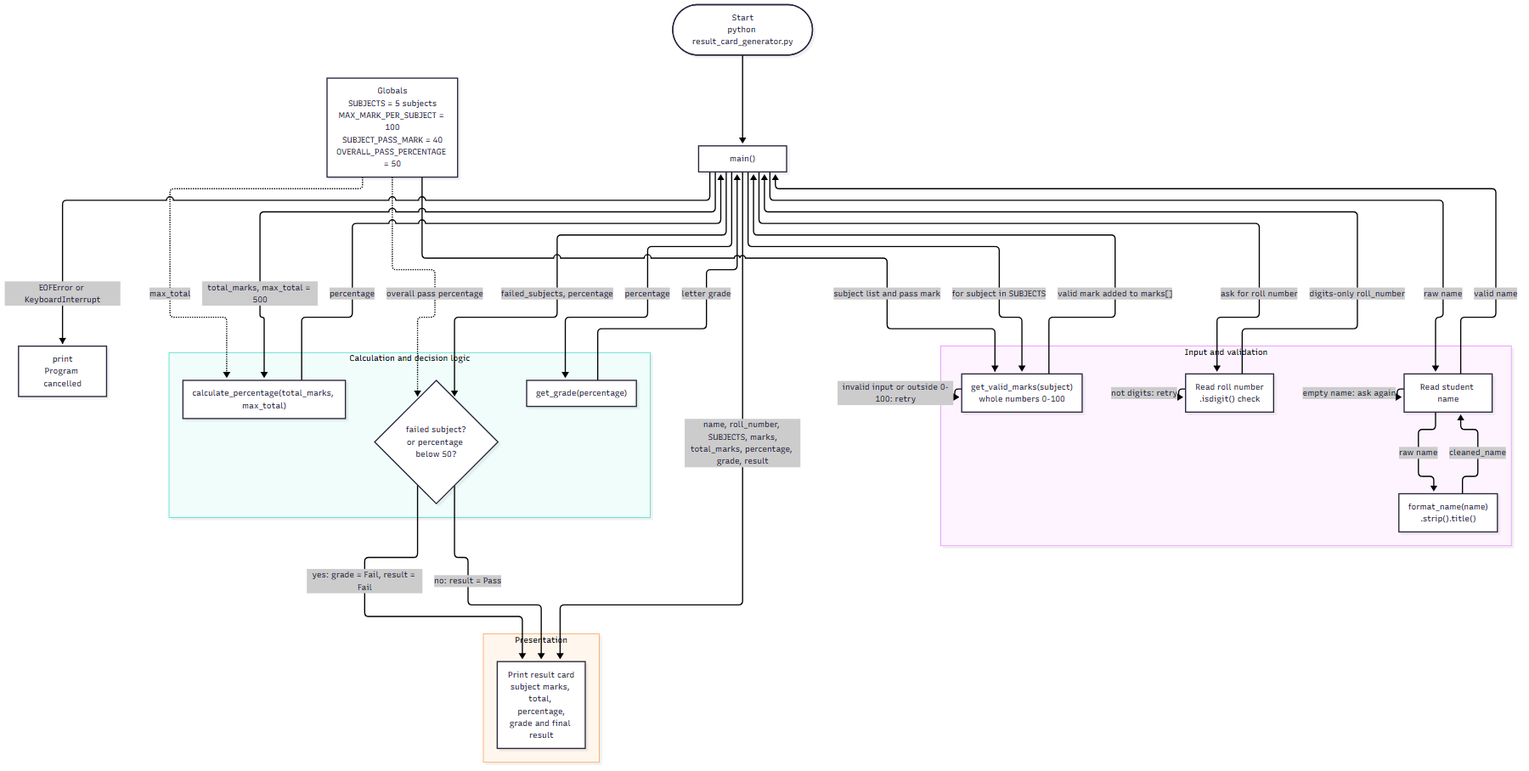
Before: diagrams/result_card_generator.png, a diagram exported from Mermaid (abdulraffay54/python-functions-lists-assesment). Its source is kept beside it as diagrams/result_card_generator.mmd.
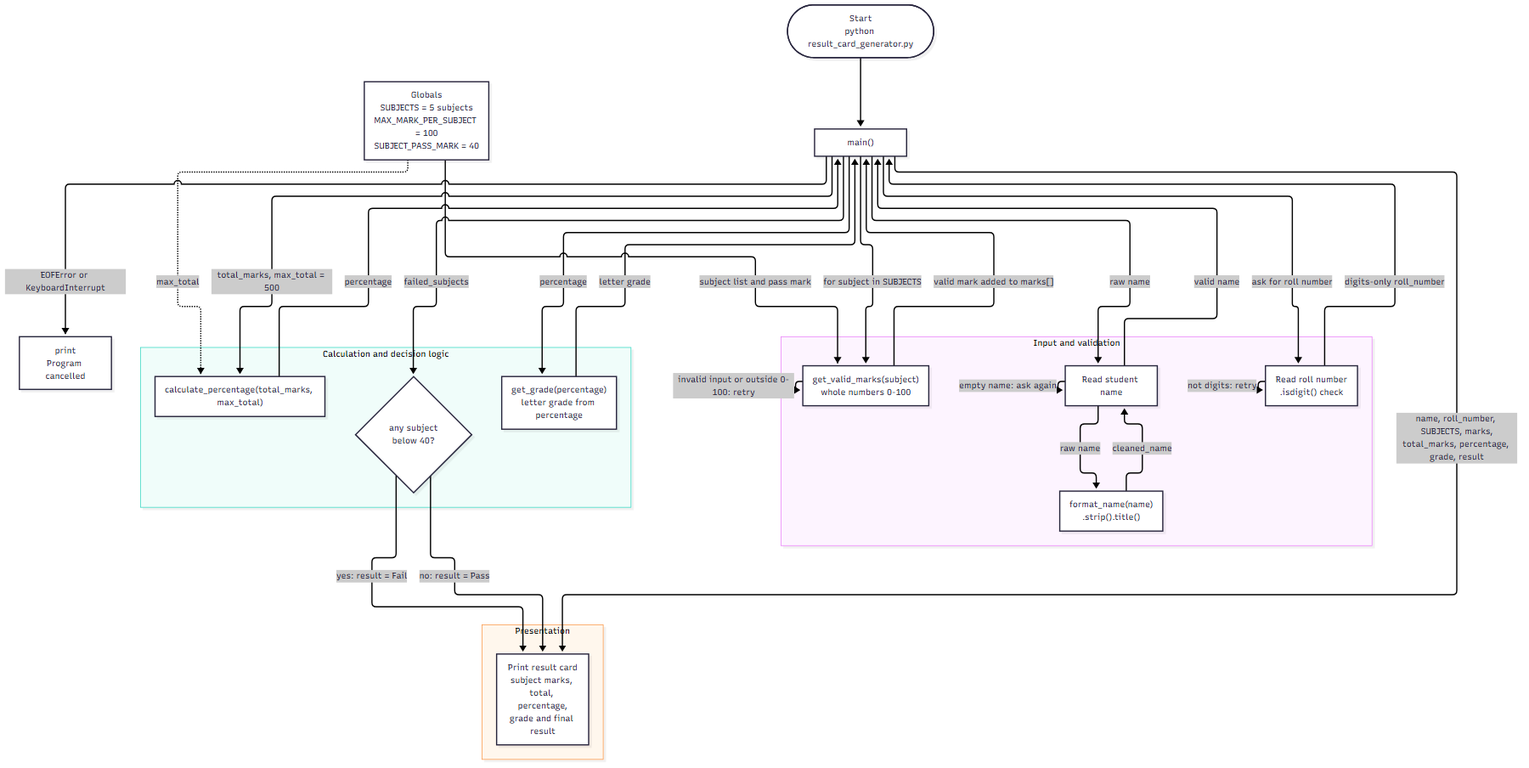
Later version of the same file.

Commit message:
docs: update result card architecture diagram

- Remove the overall-pass percentage constant from the flowchart.
- Show that only a subject below 40 forces a Fail result.
- Regenerate the SVG and PNG outputs from the Mermaid source.

Diff of the diagram source:
```diff
@@ -1,7 +1,7 @@
 flowchart TD
     START(["Start<br/>python result_card_generator.py"]) --> MAIN["main()"]
 
-    CONFIG["Globals<br/>SUBJECTS = 5 subjects<br/>MAX_MARK_PER_SUBJECT = 100<br/>SUBJECT_PASS_MARK = 40<br/>OVERALL_PASS_PERCENTAGE = 50"]
+    CONFIG["Globals<br/>SUBJECTS = 5 subjects<br/>MAX_MARK_PER_SUBJECT = 100<br/>SUBJECT_PASS_MARK = 40"]
 
     subgraph INPUT["Input and validation"]
         direction TB
@@ -14,8 +14,8 @@
     subgraph CALC["Calculation and decision logic"]
         direction TB
         PERCENT["calculate_percentage(total_marks, max_total)"]
-        GRADE["get_grade(percentage)"]
-        RULE{"failed subject?<br/>or percentage below 50?"}
+        GRADE["get_grade(percentage)<br/>letter grade from percentage"]
+        RULE{"any subject<br/>below 40?"}
     end
 
     subgraph OUTPUT["Presentation"]
@@ -26,7 +26,6 @@
 
     CONFIG -.->|"subject list and pass mark"| MARKS
     CONFIG -.->|"max_total"| PERCENT
-    CONFIG -.->|"overall pass percentage"| RULE
 
     MAIN -->|"raw name"| NAME
     NAME -->|"raw name"| FORMAT
@@ -48,8 +47,8 @@
     MAIN -->|"percentage"| GRADE
     GRADE -->|"letter grade"| MAIN
 
-    MAIN -->|"failed_subjects, percentage"| RULE
-    RULE -->|"yes: grade = Fail, result = Fail"| CARD
+    MAIN -->|"failed_subjects"| RULE
+    RULE -->|"yes: result = Fail"| CARD
     RULE -->|"no: result = Pass"| CARD
 
     MAIN -->|"name, roll_number, SUBJECTS, marks,<br/>total_marks, percentage, grade, result"| CARD
```
